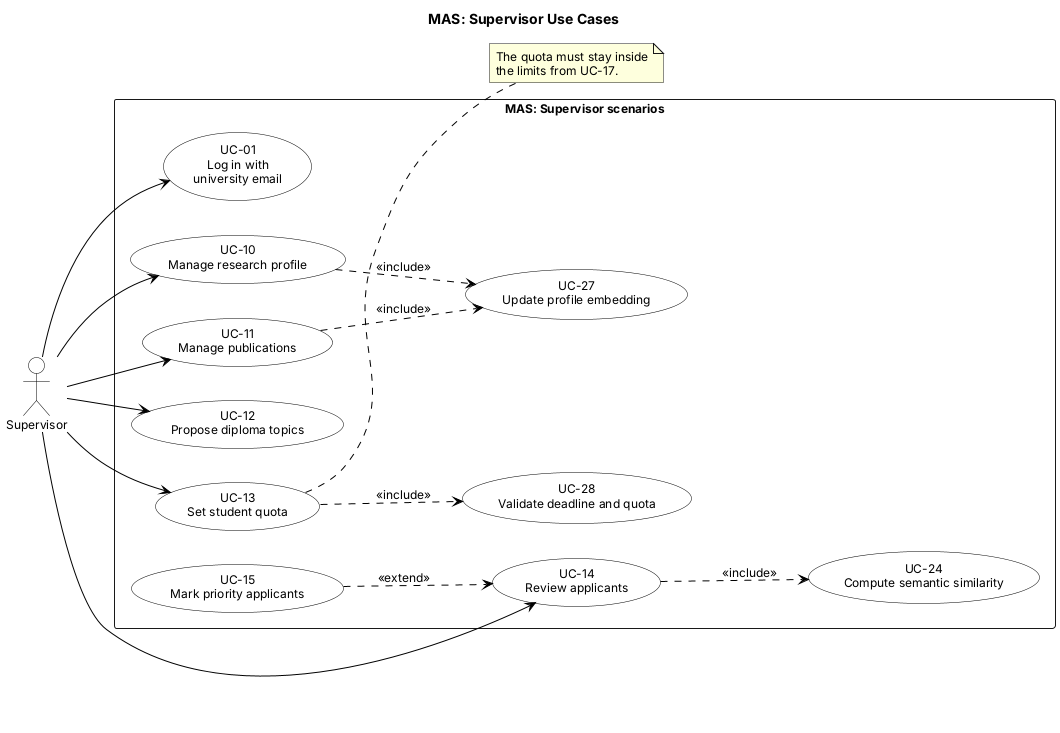
The PlantUML diagram diagrams/exports/use-case-supervisor.png in Diasb4/Diploma, before a commit.
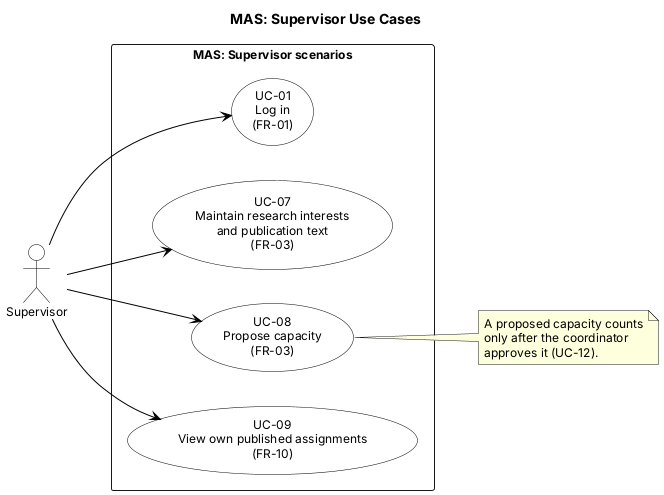
Later version of the same file.

Commit message:
MAS-13: Align use case diagrams with the requirements draft

What changed in the source:
```diff
@@ -18,35 +18,20 @@
 actor "Supervisor" as Supervisor
 
 rectangle "MAS: Supervisor scenarios" {
-  usecase "UC-01\nLog in with\nuniversity email" as UC01
-  usecase "UC-10\nManage research profile" as UC10
-  usecase "UC-11\nManage publications" as UC11
-  usecase "UC-12\nPropose diploma topics" as UC12
-  usecase "UC-13\nSet student quota" as UC13
-  usecase "UC-14\nReview applicants" as UC14
-  usecase "UC-15\nMark priority applicants" as UC15
-
-  usecase "UC-24\nCompute semantic similarity" as UC24
-  usecase "UC-27\nUpdate profile embedding" as UC27
-  usecase "UC-28\nValidate deadline and quota" as UC28
+  usecase "UC-01\nLog in\n(FR-01)" as UC01
+  usecase "UC-07\nMaintain research interests\nand publication text\n(FR-03)" as UC07
+  usecase "UC-08\nPropose capacity\n(FR-03)" as UC08
+  usecase "UC-09\nView own published assignments\n(FR-10)" as UC09
 }
 
 Supervisor --> UC01
-Supervisor --> UC10
-Supervisor --> UC11
-Supervisor --> UC12
-Supervisor --> UC13
-Supervisor --> UC14
+Supervisor --> UC07
+Supervisor --> UC08
+Supervisor --> UC09
 
-UC10 ..> UC27 : <<include>>
-UC11 ..> UC27 : <<include>>
-UC13 ..> UC28 : <<include>>
-UC14 ..> UC24 : <<include>>
-
-UC15 ..> UC14 : <<extend>>
-
-note right of UC13
-  The quota must stay inside
-  the limits from UC-17.
+note right of UC08
+  A proposed capacity counts
+  only after the coordinator
+  approves it (UC-12).
 end note
 @enduml
```
